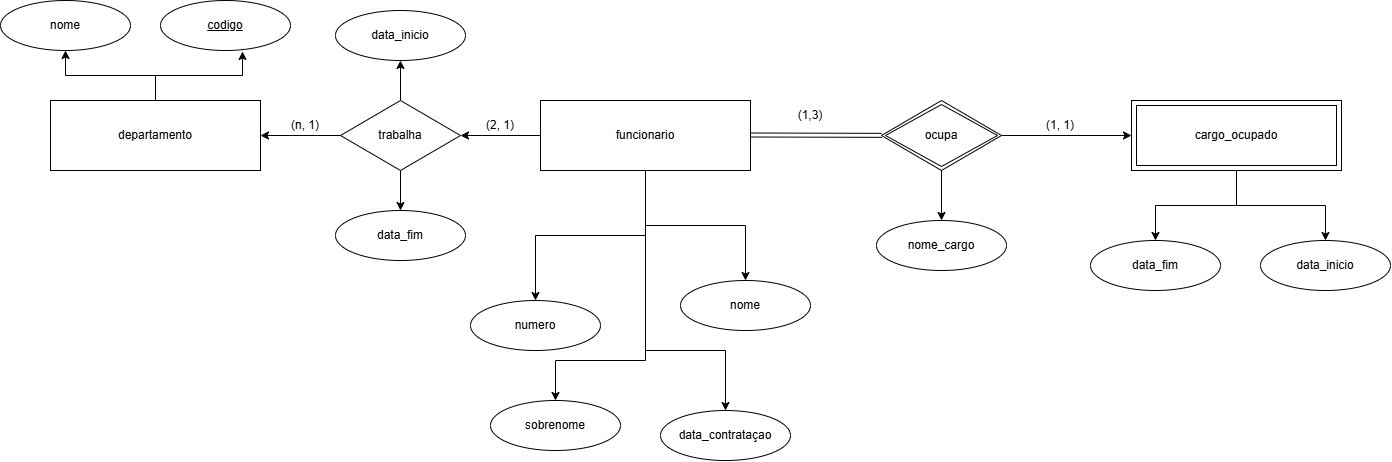
This is pratica-08/pratica-08.drawio.png from dafnebeatrizc-wq/UC03_Banco_De_Dados, a draw.io export, as it was before one commit. Source tidied: cells renumbered, new cells last; positions are measured from the earlier drawing's top-left corner, leaving out a move shared by most shapes.
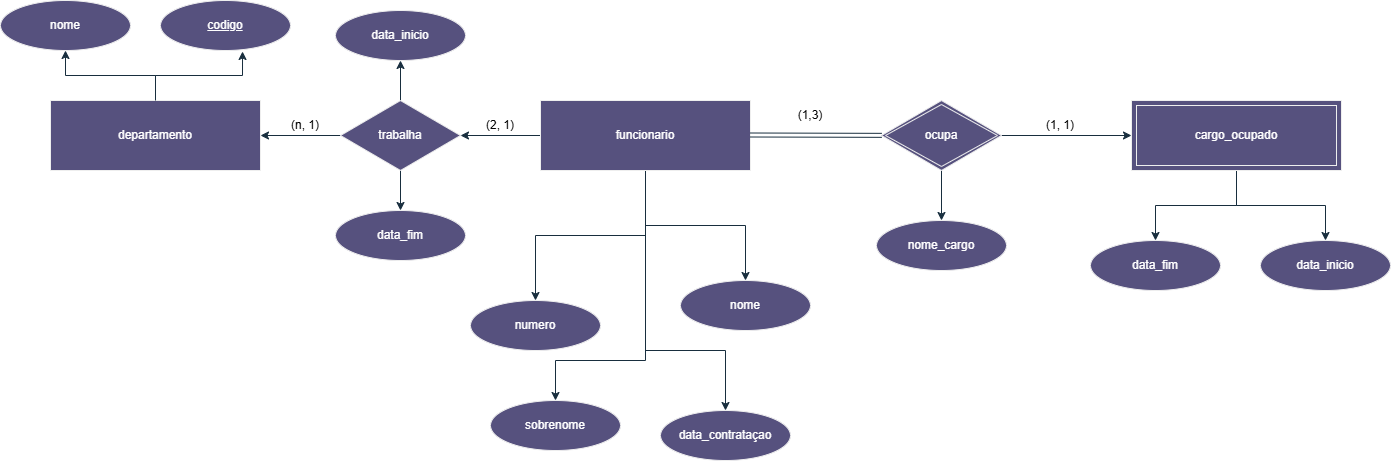
After the commit.

Commit message:
docs: adiciona pratica 08

Diff of the diagram source:
```diff
@@ -2,13 +2,13 @@
   <root>
     <mxCell id="0" />
     <mxCell id="1" parent="0" />
-    <mxCell id="2" style="edgeStyle=orthogonalEdgeStyle;rounded=0;jettySize=auto;html=1;entryX=0.5;entryY=1;entryDx=0;entryDy=0;defaultLabelBackgroundColor=page;" parent="1" edge="1" source="3" target="11">
+    <mxCell id="2" style="edgeStyle=orthogonalEdgeStyle;rounded=0;jettySize=auto;html=1;entryX=0.5;entryY=1;entryDx=0;entryDy=0;defaultLabelBackgroundColor=page;labelBackgroundColor=none;strokeColor=#182E3E;fontColor=default;" parent="1" edge="1" source="3" target="11">
       <mxGeometry relative="1" as="geometry" />
     </mxCell>
-    <mxCell id="3" value="departamento" style="whiteSpace=wrap;html=1;align=center;" parent="1" vertex="1">
+    <mxCell id="3" value="departamento" style="whiteSpace=wrap;html=1;align=center;labelBackgroundColor=none;fillColor=#56517E;strokeColor=#EEEEEE;fontColor=#FFFFFF;" parent="1" vertex="1">
       <mxGeometry x="50" y="100" width="210" height="70" as="geometry" />
     </mxCell>
-    <mxCell id="4" style="edgeStyle=orthogonalEdgeStyle;rounded=0;jettySize=auto;html=1;defaultLabelBackgroundColor=page;entryX=0.5;entryY=0;entryDx=0;entryDy=0;" parent="1" edge="1" source="9" target="15">
+    <mxCell id="4" style="edgeStyle=orthogonalEdgeStyle;rounded=0;jettySize=auto;html=1;defaultLabelBackgroundColor=page;entryX=0.5;entryY=0;entryDx=0;entryDy=0;labelBackgroundColor=none;strokeColor=#182E3E;fontColor=default;" parent="1" edge="1" source="9" target="15">
       <mxGeometry x="-0.12" relative="1" as="geometry">
         <Array as="points">
           <mxPoint x="645" y="350" />
@@ -16,13 +16,13 @@
         </Array>
       </mxGeometry>
     </mxCell>
-    <mxCell id="5" style="edgeStyle=orthogonalEdgeStyle;rounded=0;jettySize=auto;html=1;defaultLabelBackgroundColor=page;" parent="1" edge="1" source="9" target="16">
+    <mxCell id="5" style="edgeStyle=orthogonalEdgeStyle;rounded=0;jettySize=auto;html=1;defaultLabelBackgroundColor=page;labelBackgroundColor=none;strokeColor=#182E3E;fontColor=default;" parent="1" edge="1" source="9" target="16">
       <mxGeometry relative="1" as="geometry" />
     </mxCell>
-    <mxCell id="6" style="edgeStyle=orthogonalEdgeStyle;rounded=0;jettySize=auto;html=1;entryX=0.5;entryY=0;entryDx=0;entryDy=0;defaultLabelBackgroundColor=page;" parent="1" edge="1" source="9" target="18">
+    <mxCell id="6" style="edgeStyle=orthogonalEdgeStyle;rounded=0;jettySize=auto;html=1;entryX=0.5;entryY=0;entryDx=0;entryDy=0;defaultLabelBackgroundColor=page;labelBackgroundColor=none;strokeColor=#182E3E;fontColor=default;" parent="1" edge="1" source="9" target="18">
       <mxGeometry relative="1" as="geometry" />
     </mxCell>
-    <mxCell id="7" style="edgeStyle=orthogonalEdgeStyle;rounded=0;jettySize=auto;html=1;entryX=0.5;entryY=0;entryDx=0;entryDy=0;defaultLabelBackgroundColor=page;" parent="1" edge="1" source="9" target="17">
+    <mxCell id="7" style="edgeStyle=orthogonalEdgeStyle;rounded=0;jettySize=auto;html=1;entryX=0.5;entryY=0;entryDx=0;entryDy=0;defaultLabelBackgroundColor=page;labelBackgroundColor=none;strokeColor=#182E3E;fontColor=default;" parent="1" edge="1" source="9" target="17">
       <mxGeometry relative="1" as="geometry">
         <Array as="points">
           <mxPoint x="645" y="360" />
@@ -30,93 +30,93 @@
         </Array>
       </mxGeometry>
     </mxCell>
-    <mxCell id="8" style="edgeStyle=orthogonalEdgeStyle;rounded=0;jettySize=auto;html=1;defaultLabelBackgroundColor=page;" parent="1" edge="1" source="9" target="28">
+    <mxCell id="8" style="edgeStyle=orthogonalEdgeStyle;rounded=0;jettySize=auto;html=1;defaultLabelBackgroundColor=page;labelBackgroundColor=none;strokeColor=#182E3E;fontColor=default;" parent="1" edge="1" source="9" target="28">
       <mxGeometry relative="1" as="geometry" />
     </mxCell>
-    <mxCell id="9" value="funcionario" style="whiteSpace=wrap;html=1;align=center;" parent="1" vertex="1">
+    <mxCell id="9" value="funcionario" style="whiteSpace=wrap;html=1;align=center;labelBackgroundColor=none;fillColor=#56517E;strokeColor=#EEEEEE;fontColor=#FFFFFF;" parent="1" vertex="1">
       <mxGeometry x="540" y="100" width="210" height="70" as="geometry" />
     </mxCell>
-    <mxCell id="10" value="&lt;u&gt;codigo&lt;/u&gt;" style="ellipse;whiteSpace=wrap;html=1;align=center;" parent="1" vertex="1">
+    <mxCell id="10" value="&lt;u&gt;codigo&lt;/u&gt;" style="ellipse;whiteSpace=wrap;html=1;align=center;labelBackgroundColor=none;fillColor=#56517E;strokeColor=#EEEEEE;fontColor=#FFFFFF;" parent="1" vertex="1">
       <mxGeometry x="160" width="130" height="50" as="geometry" />
     </mxCell>
-    <mxCell id="11" value="nome" style="ellipse;whiteSpace=wrap;html=1;align=center;" parent="1" vertex="1">
+    <mxCell id="11" value="nome" style="ellipse;whiteSpace=wrap;html=1;align=center;labelBackgroundColor=none;fillColor=#56517E;strokeColor=#EEEEEE;fontColor=#FFFFFF;" parent="1" vertex="1">
       <mxGeometry width="130" height="50" as="geometry" />
     </mxCell>
-    <mxCell id="12" style="edgeStyle=orthogonalEdgeStyle;rounded=0;jettySize=auto;html=1;entryX=0.631;entryY=1.02;entryDx=0;entryDy=0;entryPerimeter=0;defaultLabelBackgroundColor=page;" parent="1" edge="1" source="3" target="10">
+    <mxCell id="12" style="edgeStyle=orthogonalEdgeStyle;rounded=0;jettySize=auto;html=1;entryX=0.631;entryY=1.02;entryDx=0;entryDy=0;entryPerimeter=0;defaultLabelBackgroundColor=page;labelBackgroundColor=none;strokeColor=#182E3E;fontColor=default;" parent="1" edge="1" source="3" target="10">
       <mxGeometry relative="1" as="geometry" />
     </mxCell>
-    <mxCell id="13" value="data_inicio" style="ellipse;whiteSpace=wrap;html=1;align=center;" parent="1" vertex="1">
+    <mxCell id="13" value="data_inicio" style="ellipse;whiteSpace=wrap;html=1;align=center;labelBackgroundColor=none;fillColor=#56517E;strokeColor=#EEEEEE;fontColor=#FFFFFF;" parent="1" vertex="1">
       <mxGeometry x="335" y="10" width="130" height="50" as="geometry" />
     </mxCell>
-    <mxCell id="14" value="data_fim" style="ellipse;whiteSpace=wrap;html=1;align=center;" parent="1" vertex="1">
+    <mxCell id="14" value="data_fim" style="ellipse;whiteSpace=wrap;html=1;align=center;labelBackgroundColor=none;fillColor=#56517E;strokeColor=#EEEEEE;fontColor=#FFFFFF;" parent="1" vertex="1">
       <mxGeometry x="1090" y="240" width="130" height="50" as="geometry" />
     </mxCell>
-    <mxCell id="15" value="data_contrataçao" style="ellipse;whiteSpace=wrap;html=1;align=center;" parent="1" vertex="1">
+    <mxCell id="15" value="data_contrataçao" style="ellipse;whiteSpace=wrap;html=1;align=center;labelBackgroundColor=none;fillColor=#56517E;strokeColor=#EEEEEE;fontColor=#FFFFFF;" parent="1" vertex="1">
       <mxGeometry x="660" y="410" width="130" height="50" as="geometry" />
     </mxCell>
-    <mxCell id="16" value="nome" style="ellipse;whiteSpace=wrap;html=1;align=center;" parent="1" vertex="1">
+    <mxCell id="16" value="nome" style="ellipse;whiteSpace=wrap;html=1;align=center;labelBackgroundColor=none;fillColor=#56517E;strokeColor=#EEEEEE;fontColor=#FFFFFF;" parent="1" vertex="1">
       <mxGeometry x="680" y="280" width="130" height="50" as="geometry" />
     </mxCell>
-    <mxCell id="17" value="sobrenome" style="ellipse;whiteSpace=wrap;html=1;align=center;" parent="1" vertex="1">
+    <mxCell id="17" value="sobrenome" style="ellipse;whiteSpace=wrap;html=1;align=center;labelBackgroundColor=none;fillColor=#56517E;strokeColor=#EEEEEE;fontColor=#FFFFFF;" parent="1" vertex="1">
       <mxGeometry x="490" y="400" width="130" height="50" as="geometry" />
     </mxCell>
-    <mxCell id="18" value="numero" style="ellipse;whiteSpace=wrap;html=1;align=center;" parent="1" vertex="1">
+    <mxCell id="18" value="numero" style="ellipse;whiteSpace=wrap;html=1;align=center;labelBackgroundColor=none;fillColor=#56517E;strokeColor=#EEEEEE;fontColor=#FFFFFF;" parent="1" vertex="1">
       <mxGeometry x="470" y="300" width="130" height="50" as="geometry" />
     </mxCell>
-    <mxCell id="19" style="edgeStyle=orthogonalEdgeStyle;rounded=0;jettySize=auto;html=1;defaultLabelBackgroundColor=page;" parent="1" edge="1" source="21" target="24">
+    <mxCell id="19" style="edgeStyle=orthogonalEdgeStyle;rounded=0;jettySize=auto;html=1;defaultLabelBackgroundColor=page;labelBackgroundColor=none;strokeColor=#182E3E;fontColor=default;" parent="1" edge="1" source="21" target="24">
       <mxGeometry relative="1" as="geometry" />
     </mxCell>
-    <mxCell id="20" style="edgeStyle=orthogonalEdgeStyle;rounded=0;jettySize=auto;html=1;defaultLabelBackgroundColor=page;" parent="1" edge="1" source="21" target="32">
+    <mxCell id="20" style="edgeStyle=orthogonalEdgeStyle;rounded=0;jettySize=auto;html=1;defaultLabelBackgroundColor=page;labelBackgroundColor=none;strokeColor=#182E3E;fontColor=default;" parent="1" edge="1" source="21" target="32">
       <mxGeometry relative="1" as="geometry" />
     </mxCell>
-    <mxCell id="21" value="ocupa" style="shape=rhombus;double=1;perimeter=rhombusPerimeter;whiteSpace=wrap;html=1;align=center;" parent="1" vertex="1">
+    <mxCell id="21" value="ocupa" style="shape=rhombus;double=1;perimeter=rhombusPerimeter;whiteSpace=wrap;html=1;align=center;labelBackgroundColor=none;fillColor=#56517E;strokeColor=#EEEEEE;fontColor=#FFFFFF;" parent="1" vertex="1">
       <mxGeometry x="881" y="100" width="120" height="70" as="geometry" />
     </mxCell>
-    <mxCell id="22" style="edgeStyle=orthogonalEdgeStyle;rounded=0;jettySize=auto;html=1;defaultLabelBackgroundColor=page;" parent="1" edge="1" source="24" target="14">
+    <mxCell id="22" style="edgeStyle=orthogonalEdgeStyle;rounded=0;jettySize=auto;html=1;defaultLabelBackgroundColor=page;labelBackgroundColor=none;strokeColor=#182E3E;fontColor=default;" parent="1" edge="1" source="24" target="14">
       <mxGeometry relative="1" as="geometry" />
     </mxCell>
-    <mxCell id="23" style="edgeStyle=orthogonalEdgeStyle;rounded=0;jettySize=auto;html=1;defaultLabelBackgroundColor=page;" parent="1" edge="1" source="24" target="31">
+    <mxCell id="23" style="edgeStyle=orthogonalEdgeStyle;rounded=0;jettySize=auto;html=1;defaultLabelBackgroundColor=page;labelBackgroundColor=none;strokeColor=#182E3E;fontColor=default;" parent="1" edge="1" source="24" target="31">
       <mxGeometry relative="1" as="geometry" />
     </mxCell>
-    <mxCell id="24" value="cargo_ocupado" style="shape=ext;margin=3;double=1;whiteSpace=wrap;html=1;align=center;" parent="1" vertex="1">
+    <mxCell id="24" value="cargo_ocupado" style="shape=ext;margin=3;double=1;whiteSpace=wrap;html=1;align=center;labelBackgroundColor=none;fillColor=#56517E;strokeColor=#EEEEEE;fontColor=#FFFFFF;" parent="1" vertex="1">
       <mxGeometry x="1131" y="100" width="210" height="70" as="geometry" />
     </mxCell>
-    <mxCell id="25" style="edgeStyle=orthogonalEdgeStyle;rounded=0;jettySize=auto;html=1;entryX=1;entryY=0.5;entryDx=0;entryDy=0;defaultLabelBackgroundColor=page;" parent="1" edge="1" source="28" target="3">
+    <mxCell id="25" style="edgeStyle=orthogonalEdgeStyle;rounded=0;jettySize=auto;html=1;entryX=1;entryY=0.5;entryDx=0;entryDy=0;defaultLabelBackgroundColor=page;labelBackgroundColor=none;strokeColor=#182E3E;fontColor=default;" parent="1" edge="1" source="28" target="3">
       <mxGeometry relative="1" as="geometry" />
     </mxCell>
-    <mxCell id="26" style="edgeStyle=orthogonalEdgeStyle;rounded=0;jettySize=auto;html=1;defaultLabelBackgroundColor=page;" parent="1" edge="1" source="28" target="13">
+    <mxCell id="26" style="edgeStyle=orthogonalEdgeStyle;rounded=0;jettySize=auto;html=1;defaultLabelBackgroundColor=page;labelBackgroundColor=none;strokeColor=#182E3E;fontColor=default;" parent="1" edge="1" source="28" target="13">
       <mxGeometry relative="1" as="geometry" />
     </mxCell>
-    <mxCell id="27" style="edgeStyle=orthogonalEdgeStyle;rounded=0;jettySize=auto;html=1;defaultLabelBackgroundColor=page;" parent="1" edge="1" source="28" target="30">
+    <mxCell id="27" style="edgeStyle=orthogonalEdgeStyle;rounded=0;jettySize=auto;html=1;defaultLabelBackgroundColor=page;labelBackgroundColor=none;strokeColor=#182E3E;fontColor=default;" parent="1" edge="1" source="28" target="30">
       <mxGeometry relative="1" as="geometry" />
     </mxCell>
-    <mxCell id="28" value="trabalha" style="shape=rhombus;perimeter=rhombusPerimeter;whiteSpace=wrap;html=1;align=center;" parent="1" vertex="1">
+    <mxCell id="28" value="trabalha" style="shape=rhombus;perimeter=rhombusPerimeter;whiteSpace=wrap;html=1;align=center;labelBackgroundColor=none;fillColor=#56517E;strokeColor=#EEEEEE;fontColor=#FFFFFF;" parent="1" vertex="1">
       <mxGeometry x="340" y="100" width="120" height="70" as="geometry" />
     </mxCell>
-    <mxCell id="29" style="shape=link;html=1;rounded=0;defaultLabelBackgroundColor=page;" parent="1" edge="1" target="21">
+    <mxCell id="29" style="shape=link;html=1;rounded=0;defaultLabelBackgroundColor=page;labelBackgroundColor=none;strokeColor=#182E3E;fontColor=default;" parent="1" edge="1" target="21">
       <mxGeometry relative="1" as="geometry">
         <mxPoint x="750" y="134.5" as="sourcePoint" />
       </mxGeometry>
     </mxCell>
-    <mxCell id="30" value="data_fim" style="ellipse;whiteSpace=wrap;html=1;align=center;" parent="1" vertex="1">
+    <mxCell id="30" value="data_fim" style="ellipse;whiteSpace=wrap;html=1;align=center;labelBackgroundColor=none;fillColor=#56517E;strokeColor=#EEEEEE;fontColor=#FFFFFF;" parent="1" vertex="1">
       <mxGeometry x="335" y="210" width="130" height="50" as="geometry" />
     </mxCell>
-    <mxCell id="31" value="data_inicio" style="ellipse;whiteSpace=wrap;html=1;align=center;" parent="1" vertex="1">
+    <mxCell id="31" value="data_inicio" style="ellipse;whiteSpace=wrap;html=1;align=center;labelBackgroundColor=none;fillColor=#56517E;strokeColor=#EEEEEE;fontColor=#FFFFFF;" parent="1" vertex="1">
       <mxGeometry x="1260" y="240" width="130" height="50" as="geometry" />
     </mxCell>
-    <mxCell id="32" value="nome_cargo" style="ellipse;whiteSpace=wrap;html=1;align=center;" parent="1" vertex="1">
+    <mxCell id="32" value="nome_cargo" style="ellipse;whiteSpace=wrap;html=1;align=center;labelBackgroundColor=none;fillColor=#56517E;strokeColor=#EEEEEE;fontColor=#FFFFFF;" parent="1" vertex="1">
       <mxGeometry x="876" y="220" width="130" height="50" as="geometry" />
     </mxCell>
-    <mxCell id="33" value="(n, 1)" style="text;html=1;whiteSpace=wrap;strokeColor=none;fillColor=none;align=center;verticalAlign=middle;rounded=0;" parent="1" vertex="1">
+    <mxCell id="33" value="(n, 1)" style="text;html=1;whiteSpace=wrap;fillColor=none;align=center;verticalAlign=middle;rounded=0;labelBackgroundColor=none;" parent="1" vertex="1">
       <mxGeometry x="275" y="110" width="60" height="30" as="geometry" />
     </mxCell>
-    <mxCell id="34" value="(2, 1)" style="text;html=1;whiteSpace=wrap;strokeColor=none;fillColor=none;align=center;verticalAlign=middle;rounded=0;" parent="1" vertex="1">
+    <mxCell id="34" value="(2, 1)" style="text;html=1;whiteSpace=wrap;fillColor=none;align=center;verticalAlign=middle;rounded=0;labelBackgroundColor=none;" parent="1" vertex="1">
       <mxGeometry x="470" y="110" width="60" height="30" as="geometry" />
     </mxCell>
-    <mxCell id="35" value="(1,3)" style="text;html=1;whiteSpace=wrap;strokeColor=none;fillColor=none;align=center;verticalAlign=middle;rounded=0;" parent="1" vertex="1">
+    <mxCell id="35" value="(1,3)" style="text;html=1;whiteSpace=wrap;fillColor=none;align=center;verticalAlign=middle;rounded=0;labelBackgroundColor=none;" parent="1" vertex="1">
       <mxGeometry x="780" y="100" width="60" height="30" as="geometry" />
     </mxCell>
-    <mxCell id="36" value="(1, 1)" style="text;html=1;whiteSpace=wrap;strokeColor=none;fillColor=none;align=center;verticalAlign=middle;rounded=0;" parent="1" vertex="1">
+    <mxCell id="36" value="(1, 1)" style="text;html=1;whiteSpace=wrap;fillColor=none;align=center;verticalAlign=middle;rounded=0;labelBackgroundColor=none;" parent="1" vertex="1">
       <mxGeometry x="1030" y="110" width="60" height="30" as="geometry" />
     </mxCell>
   </root>
```
